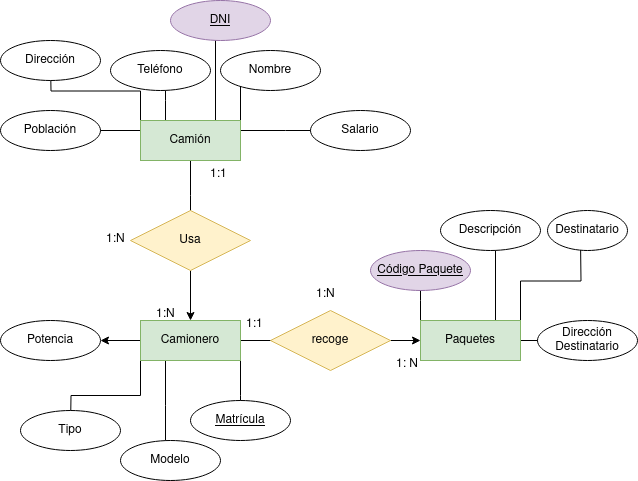
Above: Unidad-1/Tareas/Tarea-4/Tarea4.drawio.png in jdrguez/2-Daw (draw.io), before the change. Source tidied: cells renumbered, new cells last; positions are measured from the earlier drawing's top-left corner, leaving out a move shared by most shapes.
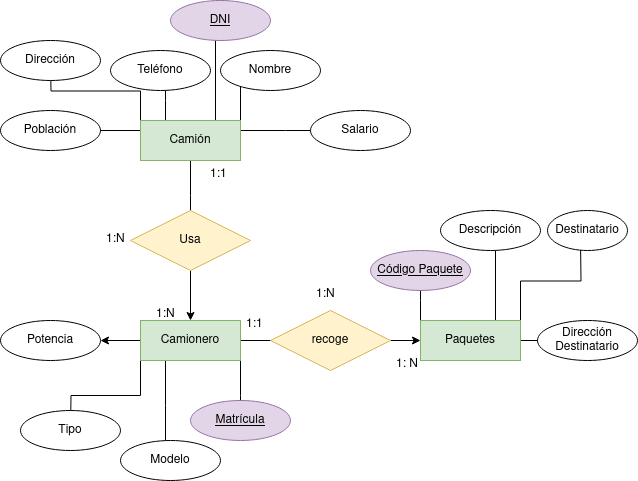
After the change.

Diff of the diagram source:
```diff
@@ -131,7 +131,7 @@
     <mxCell id="34" value="&lt;div&gt;Dirección&lt;/div&gt;&lt;div&gt;Destinatario&lt;br&gt;&lt;/div&gt;" style="ellipse;whiteSpace=wrap;html=1;align=center;" parent="1" vertex="1">
       <mxGeometry x="537" y="320" width="100" height="40" as="geometry" />
     </mxCell>
-    <mxCell id="35" value="Matrícula" style="ellipse;whiteSpace=wrap;html=1;align=center;fontStyle=4;" parent="1" vertex="1">
+    <mxCell id="35" value="Matrícula" style="ellipse;whiteSpace=wrap;html=1;align=center;fontStyle=4;fillColor=#e1d5e7;strokeColor=#9673a6;" parent="1" vertex="1">
       <mxGeometry x="190" y="400" width="100" height="40" as="geometry" />
     </mxCell>
     <mxCell id="36" value="&lt;div&gt;Modelo&lt;/div&gt;" style="ellipse;whiteSpace=wrap;html=1;align=center;" parent="1" vertex="1">
```
